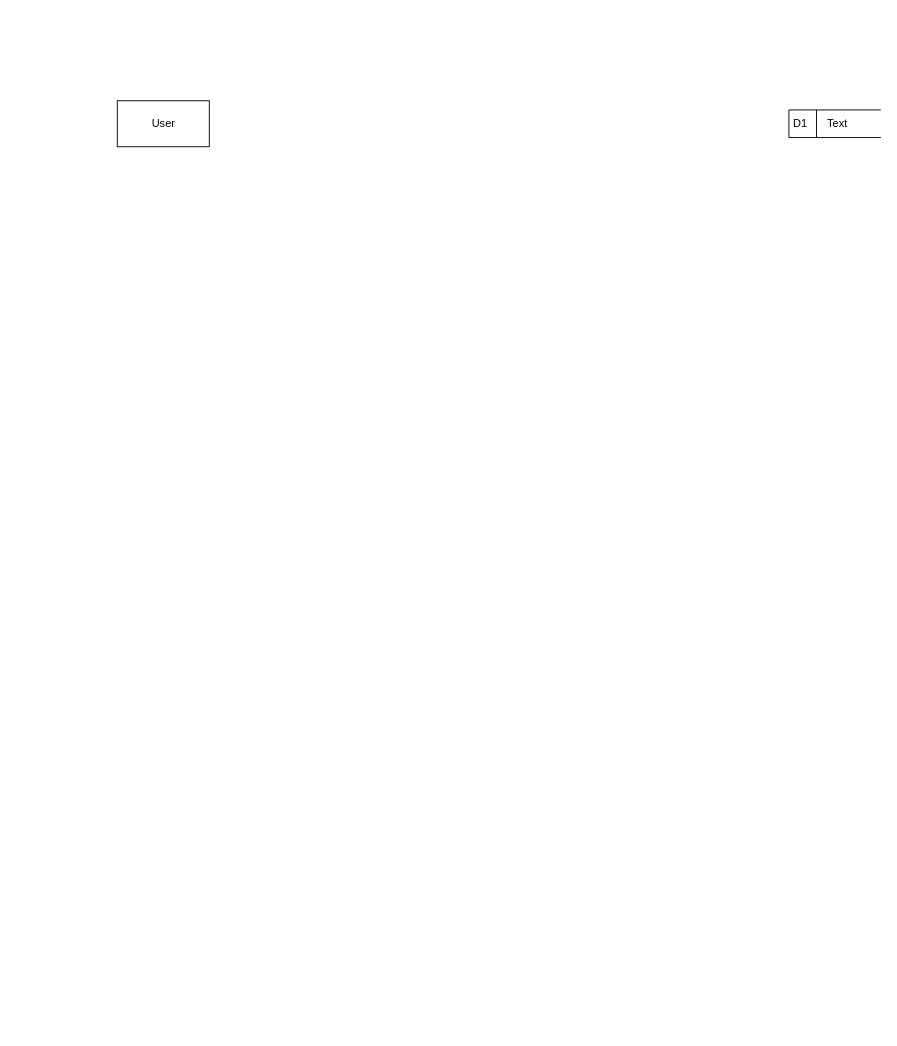
Before: page "DFD" (4 of 5) of scenario/scenario_unit_2.drawio in DamoM73/digital-solutions-text, a draw.io diagram. Source tidied: cells renumbered, new cells numbered last; positions are measured from the earlier drawing's top-left corner, leaving out a move shared by most shapes. Both pictures are drawn from the tidied source at 92%, with x=0, y=0 at pixel (117, 100).
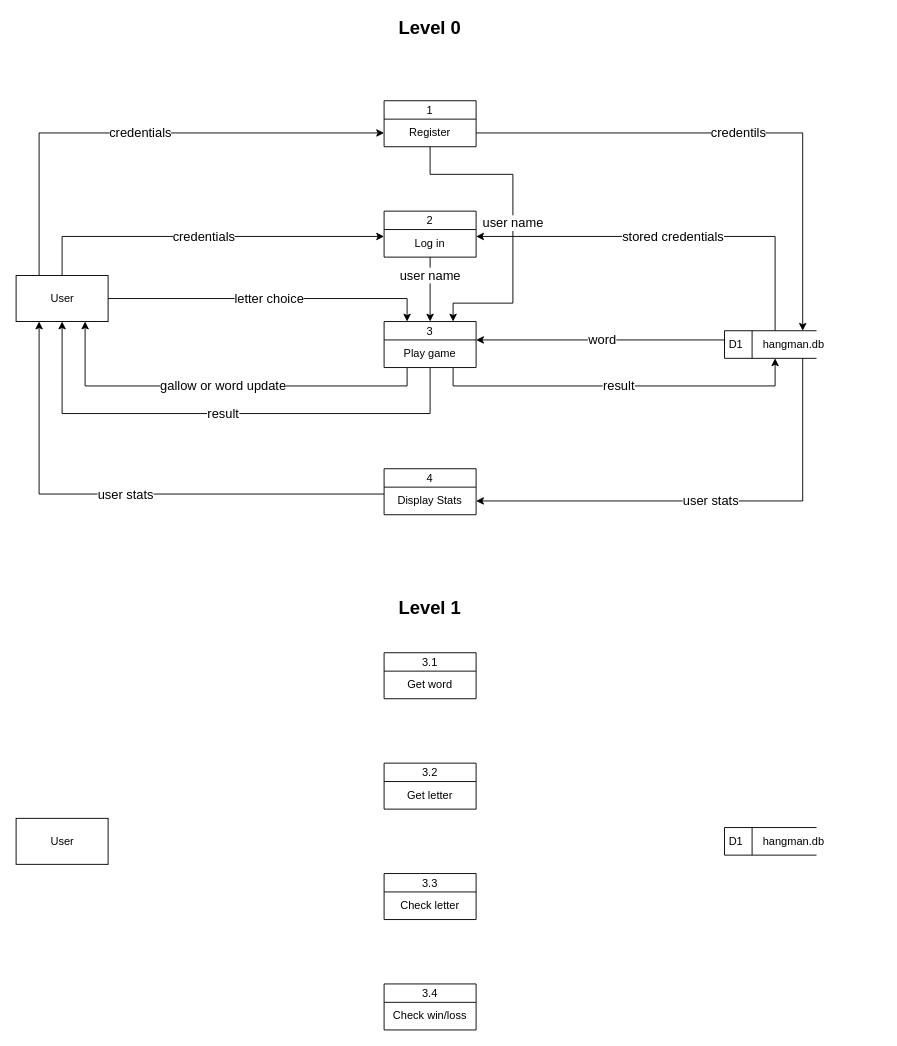
Above is the later version.

Unchanged cells that the change refers to:
```xml
<mxCell id="4" value="D1" style="html=1;dashed=0;whitespace=wrap;shape=mxgraph.dfd.dataStoreID;align=left;spacingLeft=3;points=[[0,0],[0.5,0],[1,0],[0,0.5],[1,0.5],[0,1],[0.5,1],[1,1]];" parent="3" vertex="1">
  <mxGeometry width="100" height="30" as="geometry" />
</mxCell>
```

What changed in the source:
```diff
@@
+    <mxCell id="6" value="credentials" style="edgeStyle=orthogonalEdgeStyle;rounded=0;jettySize=auto;html=1;exitX=0.5;exitY=0;exitDx=0;exitDy=0;entryX=0;entryY=0.25;entryDx=0;entryDy=0;fontSize=14;" parent="1" edge="1" source="2" target="10">
+      <mxGeometry relative="1" as="geometry" />
+    </mxCell>
+    <mxCell id="7" value="credentials" style="edgeStyle=orthogonalEdgeStyle;rounded=0;jettySize=auto;html=1;exitX=0.25;exitY=0;exitDx=0;exitDy=0;entryX=0;entryY=0.5;entryDx=0;entryDy=0;fontSize=14;" parent="1" edge="1" source="2" target="12">
+      <mxGeometry relative="1" as="geometry" />
+    </mxCell>
+    <mxCell id="8" value="letter choice" style="edgeStyle=orthogonalEdgeStyle;rounded=0;jettySize=auto;html=1;exitX=1;exitY=0.5;exitDx=0;exitDy=0;entryX=0.25;entryY=0;entryDx=0;entryDy=0;fontSize=14;" parent="1" edge="1" source="2" target="23">
+      <mxGeometry relative="1" as="geometry" />
+    </mxCell>
     <mxCell id="2" value="User" style="html=1;dashed=0;whitespace=wrap;" parent="1" vertex="1">
-      <mxGeometry width="100" height="50" as="geometry" />
+      <mxGeometry x="-110" y="190" width="100" height="50" as="geometry" />
     </mxCell>
     <mxCell id="3" style="group;align=left;" parent="1" vertex="1">
-      <mxGeometry x="730" y="10" width="100" height="30" as="geometry" />
+      <mxGeometry x="660" y="250" width="100" height="30" as="geometry" />
     </mxCell>
@@
-    <mxCell id="5" value="Text" style="text;html=1;strokeColor=none;fillColor=none;align=left;verticalAlign=middle;whiteSpace=wrap;rounded=0;" parent="3" vertex="1">
+    <mxCell id="5" value="hangman.db" style="text;html=1;strokeColor=none;fillColor=none;align=left;verticalAlign=middle;whiteSpace=wrap;rounded=0;" parent="3" vertex="1">
       <mxGeometry x="40" width="60" height="30" as="geometry" />
     </mxCell>
+    <mxCell id="9" value="2" style="swimlane;fontStyle=0;horizontal=1;startSize=20;fillColor=#ffffff;swimlaneFillColor=#ffffff;" parent="1" vertex="1">
+      <mxGeometry x="290" y="120" width="100" height="50" as="geometry" />
+    </mxCell>
+    <mxCell id="10" value="Log in" style="text;html=1;strokeColor=none;fillColor=none;align=center;verticalAlign=middle;whiteSpace=wrap;rounded=0;" parent="9" vertex="1">
+      <mxGeometry y="20" width="100" height="30" as="geometry" />
+    </mxCell>
+    <mxCell id="11" value="1" style="swimlane;fontStyle=0;horizontal=1;startSize=20;fillColor=#ffffff;swimlaneFillColor=#ffffff;" parent="1" vertex="1">
+      <mxGeometry x="290" width="100" height="50" as="geometry" />
+    </mxCell>
+    <mxCell id="12" value="Register" style="text;html=1;strokeColor=none;fillColor=none;align=center;verticalAlign=middle;whiteSpace=wrap;rounded=0;" parent="11" vertex="1">
+      <mxGeometry y="20" width="100" height="30" as="geometry" />
+    </mxCell>
+    <mxCell id="13" value="4" style="swimlane;fontStyle=0;horizontal=1;startSize=20;fillColor=#ffffff;swimlaneFillColor=#ffffff;" parent="1" vertex="1">
+      <mxGeometry x="290" y="400" width="100" height="50" as="geometry" />
+    </mxCell>
+    <mxCell id="14" value="Display Stats" style="text;html=1;strokeColor=none;fillColor=none;align=center;verticalAlign=middle;whiteSpace=wrap;rounded=0;" parent="13" vertex="1">
+      <mxGeometry y="20" width="100" height="30" as="geometry" />
+    </mxCell>
+    <mxCell id="15" value="3.1" style="swimlane;fontStyle=0;horizontal=1;startSize=20;fillColor=#ffffff;swimlaneFillColor=#ffffff;" parent="1" vertex="1">
+      <mxGeometry x="290" y="600" width="100" height="50" as="geometry" />
+    </mxCell>
+    <mxCell id="16" value="Get word" style="text;html=1;strokeColor=none;fillColor=none;align=center;verticalAlign=middle;whiteSpace=wrap;rounded=0;" parent="15" vertex="1">
+      <mxGeometry y="20" width="100" height="30" as="geometry" />
+    </mxCell>
+    <mxCell id="17" value="3.2" style="swimlane;fontStyle=0;horizontal=1;startSize=20;fillColor=#ffffff;swimlaneFillColor=#ffffff;" parent="1" vertex="1">
+      <mxGeometry x="290" y="720" width="100" height="50" as="geometry" />
+    </mxCell>
+    <mxCell id="18" value="Get letter" style="text;html=1;strokeColor=none;fillColor=none;align=center;verticalAlign=middle;whiteSpace=wrap;rounded=0;" parent="17" vertex="1">
+      <mxGeometry y="20" width="100" height="30" as="geometry" />
+    </mxCell>
+    <mxCell id="19" value="3.3" style="swimlane;fontStyle=0;horizontal=1;startSize=20;fillColor=#ffffff;swimlaneFillColor=#ffffff;" parent="1" vertex="1">
+      <mxGeometry x="290" y="840" width="100" height="50" as="geometry" />
+    </mxCell>
+    <mxCell id="20" value="Check letter" style="text;html=1;strokeColor=none;fillColor=none;align=center;verticalAlign=middle;whiteSpace=wrap;rounded=0;" parent="19" vertex="1">
+      <mxGeometry y="20" width="100" height="30" as="geometry" />
+    </mxCell>
+    <mxCell id="21" value="3.4" style="swimlane;fontStyle=0;horizontal=1;startSize=20;fillColor=#ffffff;swimlaneFillColor=#ffffff;" parent="1" vertex="1">
+      <mxGeometry x="290" y="960" width="100" height="50" as="geometry" />
+    </mxCell>
+    <mxCell id="22" value="Check win/loss" style="text;html=1;strokeColor=none;fillColor=none;align=center;verticalAlign=middle;whiteSpace=wrap;rounded=0;" parent="21" vertex="1">
+      <mxGeometry y="20" width="100" height="30" as="geometry" />
+    </mxCell>
+    <mxCell id="23" value="3" style="swimlane;fontStyle=0;horizontal=1;startSize=20;fillColor=#ffffff;swimlaneFillColor=#ffffff;" parent="1" vertex="1">
+      <mxGeometry x="290" y="240" width="100" height="50" as="geometry" />
+    </mxCell>
+    <mxCell id="24" value="Play game" style="text;html=1;strokeColor=none;fillColor=none;align=center;verticalAlign=middle;whiteSpace=wrap;rounded=0;" parent="23" vertex="1">
+      <mxGeometry y="20" width="100" height="30" as="geometry" />
+    </mxCell>
+    <mxCell id="25" value="Level 0" style="text;html=1;strokeColor=none;fillColor=none;align=center;verticalAlign=middle;whiteSpace=wrap;rounded=0;fontSize=20;fontStyle=1;" parent="1" vertex="1">
+      <mxGeometry x="300" y="-90" width="80" height="20" as="geometry" />
+    </mxCell>
+    <mxCell id="26" value="stored credentials" style="edgeStyle=orthogonalEdgeStyle;rounded=0;jettySize=auto;html=1;exitX=0.25;exitY=0;exitDx=0;exitDy=0;entryX=1;entryY=0.25;entryDx=0;entryDy=0;fontSize=14;" parent="1" edge="1" source="5" target="10">
+      <mxGeometry relative="1" as="geometry" />
+    </mxCell>
+    <mxCell id="27" value="credentils" style="edgeStyle=orthogonalEdgeStyle;rounded=0;jettySize=auto;html=1;exitX=1;exitY=0.5;exitDx=0;exitDy=0;entryX=0.75;entryY=0;entryDx=0;entryDy=0;fontSize=14;" parent="1" edge="1" source="12" target="5">
+      <mxGeometry relative="1" as="geometry" />
+    </mxCell>
+    <mxCell id="28" value="word" style="edgeStyle=orthogonalEdgeStyle;rounded=0;jettySize=auto;html=1;exitX=0;exitY=0.5;exitDx=0;exitDy=0;entryX=1;entryY=0;entryDx=0;entryDy=0;fontSize=14;" parent="1" edge="1" source="4" target="24">
+      <mxGeometry relative="1" as="geometry">
+        <Array as="points">
+          <mxPoint x="660" y="260" />
+        </Array>
+      </mxGeometry>
+    </mxCell>
+    <mxCell id="29" value="gallow or word update" style="edgeStyle=orthogonalEdgeStyle;rounded=0;jettySize=auto;html=1;exitX=0.25;exitY=1;exitDx=0;exitDy=0;entryX=0.75;entryY=1;entryDx=0;entryDy=0;fontSize=14;" parent="1" edge="1" source="24" target="2">
+      <mxGeometry relative="1" as="geometry" />
+    </mxCell>
+    <mxCell id="30" value="result" style="edgeStyle=orthogonalEdgeStyle;rounded=0;jettySize=auto;html=1;exitX=0.75;exitY=1;exitDx=0;exitDy=0;entryX=0.25;entryY=1;entryDx=0;entryDy=0;fontSize=14;" parent="1" edge="1" source="24" target="5">
+      <mxGeometry relative="1" as="geometry" />
+    </mxCell>
+    <mxCell id="31" value="result" style="edgeStyle=orthogonalEdgeStyle;rounded=0;jettySize=auto;html=1;exitX=0.5;exitY=1;exitDx=0;exitDy=0;entryX=0.5;entryY=1;entryDx=0;entryDy=0;fontSize=14;" parent="1" edge="1" source="24" target="2">
+      <mxGeometry relative="1" as="geometry">
+        <Array as="points">
+          <mxPoint x="340" y="340" />
+          <mxPoint x="-60" y="340" />
+        </Array>
+      </mxGeometry>
+    </mxCell>
+    <mxCell id="32" value="user stats" style="edgeStyle=orthogonalEdgeStyle;rounded=0;jettySize=auto;html=1;exitX=0.75;exitY=1;exitDx=0;exitDy=0;entryX=1;entryY=0.5;entryDx=0;entryDy=0;fontSize=14;" parent="1" edge="1" source="5" target="14">
+      <mxGeometry relative="1" as="geometry" />
+    </mxCell>
+    <mxCell id="33" value="user stats" style="edgeStyle=orthogonalEdgeStyle;rounded=0;jettySize=auto;html=1;exitX=0;exitY=0.25;exitDx=0;exitDy=0;entryX=0.25;entryY=1;entryDx=0;entryDy=0;fontSize=14;" parent="1" edge="1" source="14" target="2">
+      <mxGeometry relative="1" as="geometry" />
+    </mxCell>
+    <mxCell id="34" value="Level 1" style="text;html=1;strokeColor=none;fillColor=none;align=center;verticalAlign=middle;whiteSpace=wrap;rounded=0;fontSize=20;fontStyle=1;" parent="1" vertex="1">
+      <mxGeometry x="300" y="540" width="80" height="20" as="geometry" />
+    </mxCell>
+    <mxCell id="35" style="group;align=left;" parent="1" vertex="1">
+      <mxGeometry x="660" y="790" width="100" height="30" as="geometry" />
+    </mxCell>
+    <mxCell id="36" value="D1" style="html=1;dashed=0;whitespace=wrap;shape=mxgraph.dfd.dataStoreID;align=left;spacingLeft=3;" parent="35" vertex="1">
+      <mxGeometry width="100" height="30" as="geometry" />
+    </mxCell>
+    <mxCell id="37" value="hangman.db" style="text;html=1;strokeColor=none;fillColor=none;align=left;verticalAlign=middle;whiteSpace=wrap;rounded=0;" parent="35" vertex="1">
+      <mxGeometry x="40" width="60" height="30" as="geometry" />
+    </mxCell>
+    <mxCell id="38" value="User" style="html=1;dashed=0;whitespace=wrap;" parent="1" vertex="1">
+      <mxGeometry x="-110" y="780" width="100" height="50" as="geometry" />
+    </mxCell>
+    <mxCell id="39" value="user name" style="edgeStyle=orthogonalEdgeStyle;rounded=0;jettySize=auto;html=1;exitX=0.5;exitY=1;exitDx=0;exitDy=0;entryX=0.5;entryY=0;entryDx=0;entryDy=0;fontSize=14;" parent="1" edge="1" source="10" target="23">
+      <mxGeometry x="-0.43" relative="1" as="geometry" />
+    </mxCell>
+    <mxCell id="40" value="user name" style="edgeStyle=orthogonalEdgeStyle;rounded=0;jettySize=auto;html=1;exitX=0.5;exitY=1;exitDx=0;exitDy=0;fontSize=14;entryX=0.75;entryY=0;entryDx=0;entryDy=0;" parent="1" edge="1" source="12" target="23">
+      <mxGeometry relative="1" as="geometry">
+        <Array as="points">
+          <mxPoint x="340" y="80" />
+          <mxPoint x="430" y="80" />
+          <mxPoint x="430" y="220" />
+          <mxPoint x="365" y="220" />
+        </Array>
+      </mxGeometry>
+    </mxCell>
```
